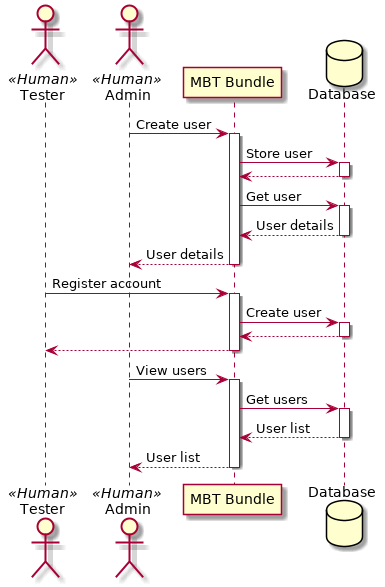
The PlantUML diagram diagrams/users/sequence.png in tienvx/mbt-assets, before a commit. Source of this version:
```plantuml
@startuml

actor Tester as tester << Human >>
actor Admin as admin << Human >>
participant "MBT Bundle" as bundle
database Database as database

admin -> bundle : Create user
activate bundle
bundle -> database : Store user
activate database
database --> bundle
deactivate database
bundle -> database : Get user
activate database
database --> bundle : User details
deactivate database
bundle --> admin : User details
deactivate bundle

tester -> bundle : Register account
activate bundle
bundle -> database : Create user
activate database
database --> bundle
deactivate database
bundle --> tester
deactivate bundle

admin -> bundle : View users
activate bundle
bundle -> database : Get users
activate database
database --> bundle : User list
deactivate database
bundle --> admin : User list
deactivate bundle

@enduml
```
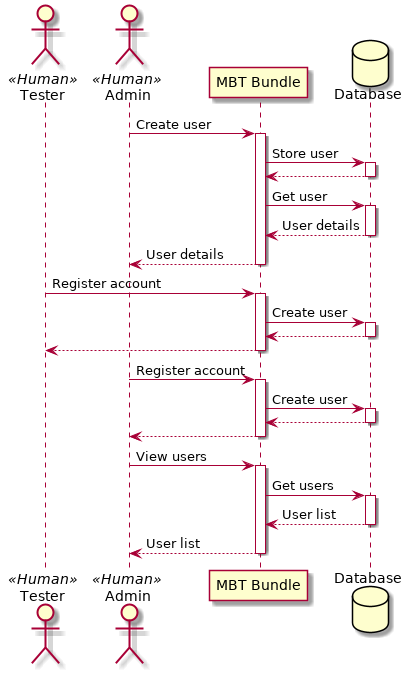
The same diagram one commit later.

What changed in the source:
```diff
@@ -27,6 +27,15 @@
 bundle --> tester
 deactivate bundle
 
+admin -> bundle : Register account
+activate bundle
+bundle -> database : Create user
+activate database
+database --> bundle
+deactivate database
+bundle --> admin
+deactivate bundle
+
 admin -> bundle : View users
 activate bundle
 bundle -> database : Get users
```
